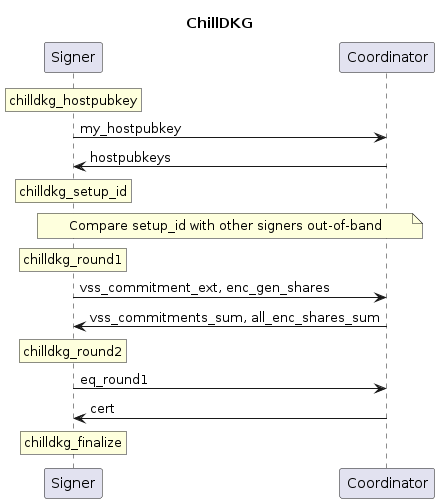
This is images/chilldkg-sequence.png from BlockstreamResearch/bip-frost-dkg, a PlantUML export, as it was before one commit.
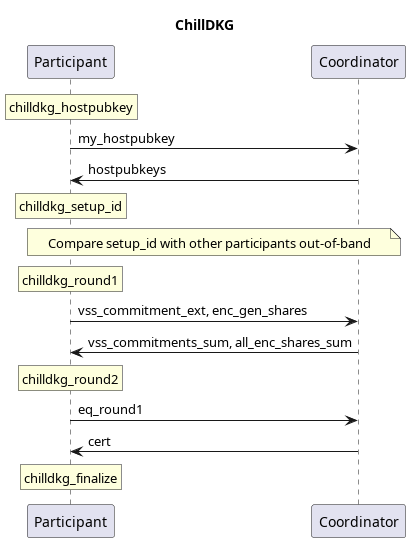
The same file after the commit.

Commit message:
signer -> participant

What changed in the source:
```diff
@@ -1,19 +1,19 @@
 @startuml
 title ChillDKG
-participant Signer
+participant Participant
 participant Coordinator
 
-rnote over Signer: chilldkg_hostpubkey
-Signer->Coordinator : my_hostpubkey
-Coordinator->Signer : hostpubkeys
-rnote over Signer: chilldkg_setup_id
-note across: Compare setup_id with other signers out-of-band
+rnote over Participant: chilldkg_hostpubkey
+Participant->Coordinator : my_hostpubkey
+Coordinator->Participant : hostpubkeys
+rnote over Participant: chilldkg_setup_id
+note across: Compare setup_id with other participants out-of-band
 
-rnote over Signer: chilldkg_round1
-Signer->Coordinator : vss_commitment_ext, enc_gen_shares
-Coordinator->Signer : vss_commitments_sum, all_enc_shares_sum
-rnote over Signer: chilldkg_round2
-Signer->Coordinator : eq_round1
-Coordinator->Signer : cert
-rnote over Signer: chilldkg_finalize
+rnote over Participant: chilldkg_round1
+Participant->Coordinator : vss_commitment_ext, enc_gen_shares
+Coordinator->Participant : vss_commitments_sum, all_enc_shares_sum
+rnote over Participant: chilldkg_round2
+Participant->Coordinator : eq_round1
+Coordinator->Participant : cert
+rnote over Participant: chilldkg_finalize
 @enduml
```
